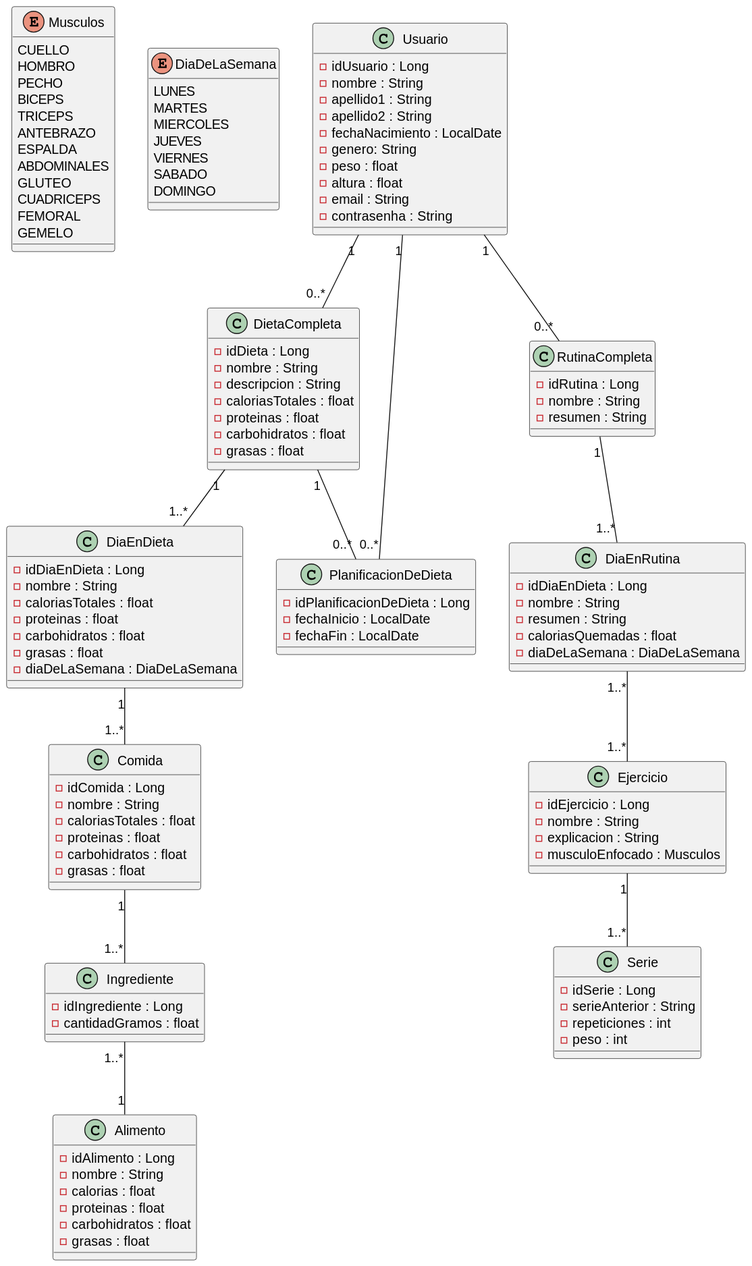
The PlantUML diagram Diagramas/DiagramaDeClases.svg in AlejandroAranaGomez/TFG, before a commit. The source it was exported from:
```plantuml
@startuml

enum Musculos  {
CUELLO
HOMBRO
PECHO
BICEPS
TRICEPS
ANTEBRAZO
ESPALDA
ABDOMINALES
GLUTEO
CUADRICEPS
FEMORAL
GEMELO
}

enum DiaDeLaSemana  {
LUNES
MARTES
MIERCOLES
JUEVES
VIERNES
SABADO
DOMINGO
}


class Usuario {
- idUsuario : Long
- nombre : String
- apellido1 : String
- apellido2 : String
- fechaNacimiento : LocalDate
- genero: String
- peso : float
- altura : float
- email : String
- contrasenha : String
}

class DietaCompleta {
- idDieta : Long
- nombre : String
- descripcion : String
- caloriasTotales : float
- proteinas : float
- carbohidratos : float
- grasas : float
}

class DiaEnDieta {
- idDiaEnDieta : Long
- nombre : String
- caloriasTotales : float
- proteinas : float
- carbohidratos : float
- grasas : float
- diaDeLaSemana : DiaDeLaSemana
}

class PlanificacionDeDieta {
- idPlanificacionDeDieta : Long
- fechaInicio : LocalDate
- fechaFin : LocalDate
}

class Comida {
- idComida : Long
- nombre : String
- caloriasTotales : float
- proteinas : float
- carbohidratos : float
- grasas : float
}

class Ingrediente {
- idIngrediente : Long
- cantidadGramos : float
}

class Alimento {
- idAlimento : Long
- nombre : String
- calorias : float
- proteinas : float
- carbohidratos : float
- grasas : float
}

class RutinaCompleta {
- idRutina : Long
- nombre : String
- resumen : String
}

class DiaEnRutina {
- idDiaEnDieta : Long
- nombre : String
- resumen : String
- caloriasQuemadas : float
- diaDeLaSemana : DiaDeLaSemana
}

class Ejercicio {
- idEjercicio : Long
- nombre : String
- explicacion : String
- musculoEnfocado : Musculos
}

class Serie {
- idSerie : Long
- serieAnterior : String
- repeticiones : int
- peso : int
}


Usuario "1"  -- "0..*" DietaCompleta

Usuario "1" -- "0..*" PlanificacionDeDieta

DietaCompleta "1" -- "1..*" DiaEnDieta

DietaCompleta "1" -- "0..*" PlanificacionDeDieta

Usuario "1"  -- "0..*" RutinaCompleta

DiaEnDieta "1"  -- "1..*" Comida

Comida "1"  -- "1..*" Ingrediente

Ingrediente "1..*" -- "1" Alimento

RutinaCompleta "1"  -- "1..*" DiaEnRutina

DiaEnRutina "1..*" -- "1..*" Ejercicio

Ejercicio "1"  -- "1..*" Serie
@enduml
```
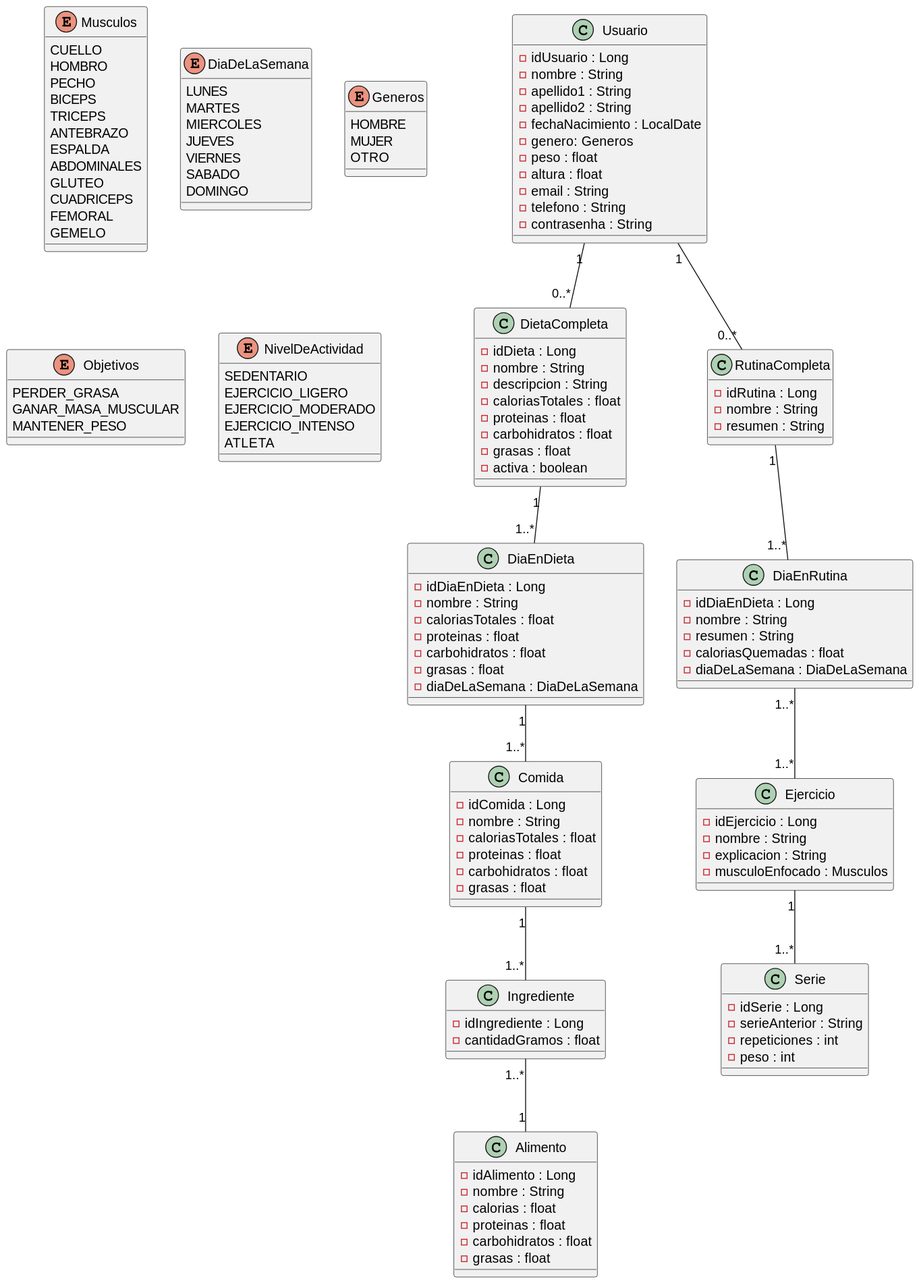
The same file after the commit.

Diff of the diagram source:
```diff
@@ -25,6 +25,26 @@
 DOMINGO
 }
 
+enum Generos {
+HOMBRE
+MUJER
+OTRO
+}
+
+enum Objetivos {
+    PERDER_GRASA
+    GANAR_MASA_MUSCULAR
+    MANTENER_PESO
+}
+
+enum NivelDeActividad {
+    SEDENTARIO
+    EJERCICIO_LIGERO
+    EJERCICIO_MODERADO
+    EJERCICIO_INTENSO
+    ATLETA
+}
+
 
 class Usuario {
 - idUsuario : Long
@@ -32,10 +52,11 @@
 - apellido1 : String
 - apellido2 : String
 - fechaNacimiento : LocalDate
-- genero: String
+- genero: Generos
 - peso : float
 - altura : float
 - email : String
+- telefono : String
 - contrasenha : String
 }
 
@@ -47,6 +68,7 @@
 - proteinas : float
 - carbohidratos : float
 - grasas : float
+- activa : boolean
 }
 
 class DiaEnDieta {
@@ -59,11 +81,6 @@
 - diaDeLaSemana : DiaDeLaSemana
 }
 
-class PlanificacionDeDieta {
-- idPlanificacionDeDieta : Long
-- fechaInicio : LocalDate
-- fechaFin : LocalDate
-}
 
 class Comida {
 - idComida : Long
@@ -119,11 +136,7 @@
 
 Usuario "1"  -- "0..*" DietaCompleta
 
-Usuario "1" -- "0..*" PlanificacionDeDieta
-
 DietaCompleta "1" -- "1..*" DiaEnDieta
-
-DietaCompleta "1" -- "0..*" PlanificacionDeDieta
 
 Usuario "1"  -- "0..*" RutinaCompleta
 
```
